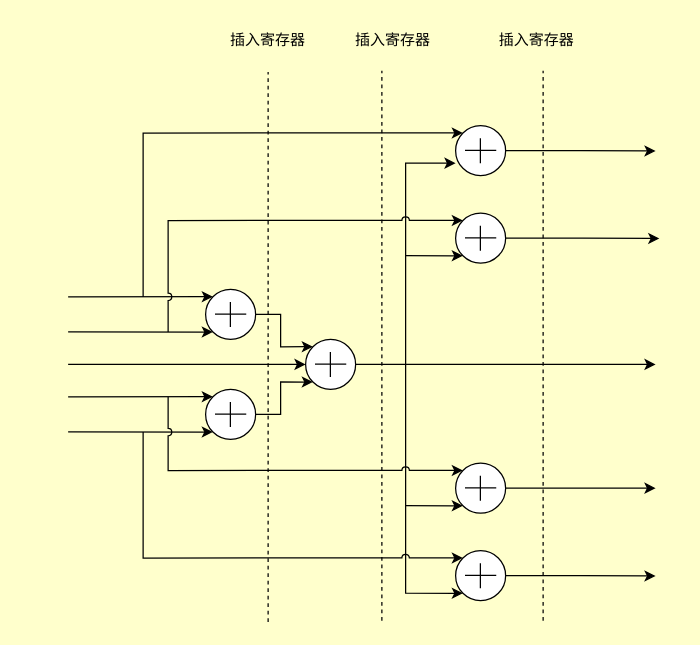
This is doc/vpu_arch.drawio from HaoLiuuu/ldpc_gf257_4x24_decoder, a draw.io file, before an edit. Source tidied: cells renumbered, new cells numbered last; positions are measured from the earlier drawing's top-left corner, leaving out a move shared by most shapes. Both pictures are drawn from the tidied source at 125%, with x=0, y=0 at pixel (68, 21).
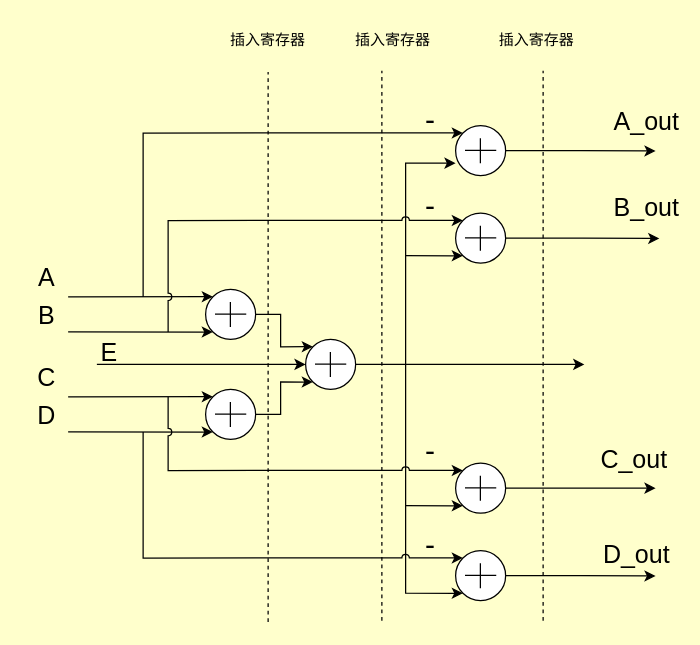
After the change.

Unchanged cells that the change refers to:
```xml
<mxCell id="11" style="ellipse;whiteSpace=wrap;html=1;" parent="10" vertex="1">
  <mxGeometry width="40" height="40" as="geometry" />
</mxCell>
```

Diff of the diagram source:
```diff
@@
     <mxCell id="30" style="edgeStyle=orthogonalEdgeStyle;rounded=0;jettySize=auto;html=1;exitX=1;exitY=0.5;exitDx=0;exitDy=0;" parent="1" edge="1" source="11">
       <mxGeometry relative="1" as="geometry">
-        <mxPoint x="470" y="274" as="targetPoint" />
+        <mxPoint x="413" y="274" as="targetPoint" />
       </mxGeometry>
     </mxCell>
@@
     <mxCell id="54" style="endArrow=classic;html=1;rounded=0;jumpStyle=none;entryX=0;entryY=0.5;entryDx=0;entryDy=0;" parent="1" edge="1" target="11">
       <mxGeometry relative="1" as="geometry">
-        <mxPoint y="274" as="sourcePoint" />
+        <mxPoint x="23" y="274" as="sourcePoint" />
       </mxGeometry>
     </mxCell>
@@
+    <mxCell id="56" value="&lt;font style=&quot;font-size: 24px&quot;&gt;-&lt;/font&gt;" style="text;html=1;strokeColor=none;fillColor=none;align=center;verticalAlign=middle;whiteSpace=wrap;rounded=0;" parent="1" vertex="1">
+      <mxGeometry x="270" y="69" width="40" height="20" as="geometry" />
+    </mxCell>
+    <mxCell id="57" value="&lt;font style=&quot;font-size: 20px&quot;&gt;A&lt;/font&gt;" style="text;html=1;strokeColor=none;fillColor=none;align=center;verticalAlign=middle;whiteSpace=wrap;rounded=0;" parent="1" vertex="1">
+      <mxGeometry x="-37" y="194" width="40" height="20" as="geometry" />
+    </mxCell>
+    <mxCell id="58" value="&lt;font style=&quot;font-size: 20px&quot;&gt;B&lt;/font&gt;" style="text;html=1;strokeColor=none;fillColor=none;align=center;verticalAlign=middle;whiteSpace=wrap;rounded=0;" parent="1" vertex="1">
+      <mxGeometry x="-37" y="224" width="40" height="20" as="geometry" />
+    </mxCell>
+    <mxCell id="59" value="&lt;font style=&quot;font-size: 20px&quot;&gt;C&lt;/font&gt;" style="text;html=1;strokeColor=none;fillColor=none;align=center;verticalAlign=middle;whiteSpace=wrap;rounded=0;" parent="1" vertex="1">
+      <mxGeometry x="-37" y="274" width="40" height="20" as="geometry" />
+    </mxCell>
+    <mxCell id="60" value="&lt;font style=&quot;font-size: 20px&quot;&gt;D&lt;/font&gt;" style="text;html=1;strokeColor=none;fillColor=none;align=center;verticalAlign=middle;whiteSpace=wrap;rounded=0;" parent="1" vertex="1">
+      <mxGeometry x="-37" y="304" width="40" height="20" as="geometry" />
+    </mxCell>
+    <mxCell id="61" value="&lt;span style=&quot;font-size: 20px&quot;&gt;E&lt;/span&gt;" style="text;html=1;strokeColor=none;fillColor=none;align=center;verticalAlign=middle;whiteSpace=wrap;rounded=0;" parent="1" vertex="1">
+      <mxGeometry x="13" y="254" width="40" height="20" as="geometry" />
+    </mxCell>
+    <mxCell id="62" value="&lt;font style=&quot;font-size: 24px&quot;&gt;-&lt;/font&gt;" style="text;html=1;strokeColor=none;fillColor=none;align=center;verticalAlign=middle;whiteSpace=wrap;rounded=0;" parent="1" vertex="1">
+      <mxGeometry x="270" y="138" width="40" height="20" as="geometry" />
+    </mxCell>
+    <mxCell id="63" value="&lt;font style=&quot;font-size: 20px&quot;&gt;A_out&lt;/font&gt;" style="text;html=1;strokeColor=none;fillColor=none;align=center;verticalAlign=middle;whiteSpace=wrap;rounded=0;" parent="1" vertex="1">
+      <mxGeometry x="443" y="69" width="40" height="20" as="geometry" />
+    </mxCell>
+    <mxCell id="64" value="&lt;span style=&quot;font-size: 20px&quot;&gt;B_out&lt;/span&gt;" style="text;html=1;strokeColor=none;fillColor=none;align=center;verticalAlign=middle;whiteSpace=wrap;rounded=0;" parent="1" vertex="1">
+      <mxGeometry x="443" y="138" width="40" height="20" as="geometry" />
+    </mxCell>
+    <mxCell id="65" value="&lt;font style=&quot;font-size: 20px&quot;&gt;C_out&lt;/font&gt;" style="text;html=1;strokeColor=none;fillColor=none;align=center;verticalAlign=middle;whiteSpace=wrap;rounded=0;" parent="1" vertex="1">
+      <mxGeometry x="433" y="339" width="40" height="20" as="geometry" />
+    </mxCell>
+    <mxCell id="66" value="&lt;font style=&quot;font-size: 20px&quot;&gt;D_out&lt;/font&gt;" style="text;html=1;strokeColor=none;fillColor=none;align=center;verticalAlign=middle;whiteSpace=wrap;rounded=0;" parent="1" vertex="1">
+      <mxGeometry x="435" y="415" width="40" height="20" as="geometry" />
+    </mxCell>
+    <mxCell id="67" value="&lt;font style=&quot;font-size: 24px&quot;&gt;-&lt;/font&gt;" style="text;html=1;strokeColor=none;fillColor=none;align=center;verticalAlign=middle;whiteSpace=wrap;rounded=0;" parent="1" vertex="1">
+      <mxGeometry x="270" y="334" width="40" height="20" as="geometry" />
+    </mxCell>
+    <mxCell id="68" value="&lt;font style=&quot;font-size: 24px&quot;&gt;-&lt;/font&gt;" style="text;html=1;strokeColor=none;fillColor=none;align=center;verticalAlign=middle;whiteSpace=wrap;rounded=0;" parent="1" vertex="1">
+      <mxGeometry x="270" y="409" width="40" height="20" as="geometry" />
+    </mxCell>
```
